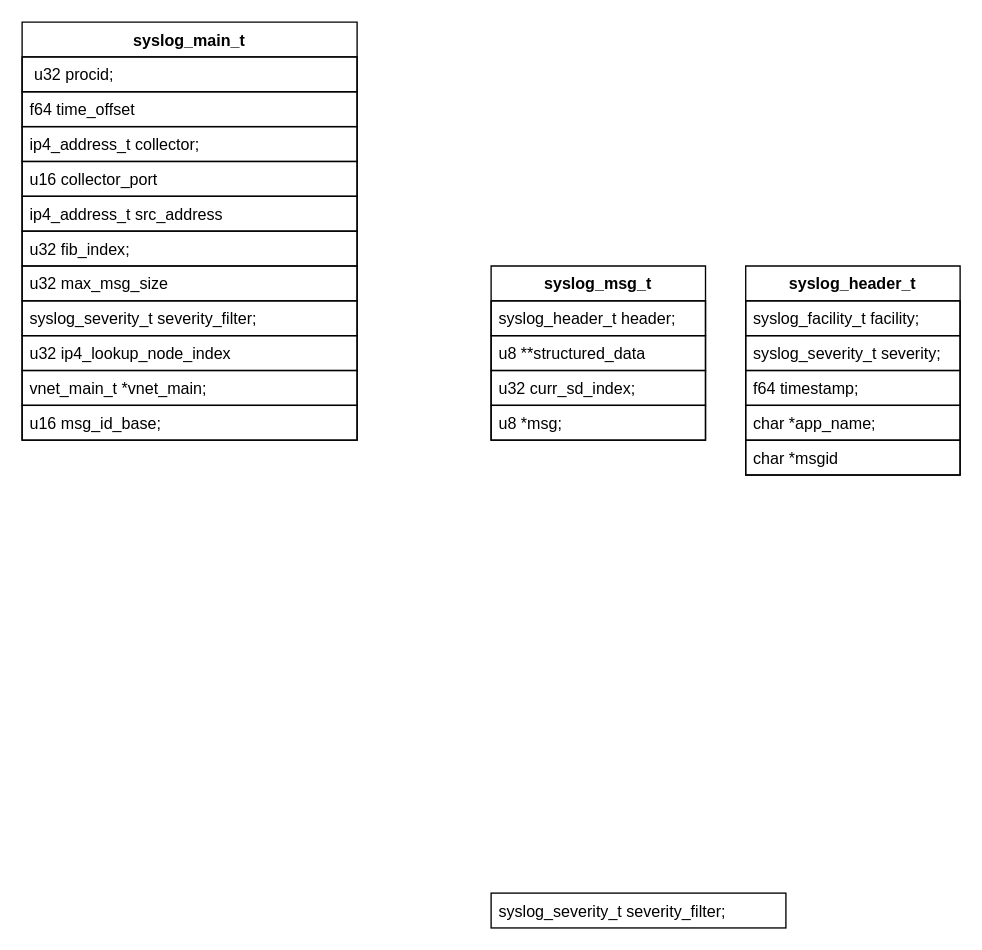
jin13417/dpdk-vpp-learning keeps this draw.io diagram as new_map/syslog.drawio. Above is the earlier version. Source tidied: cells renumbered, new cells numbered last; positions are measured from the earlier drawing's top-left corner, leaving out a move shared by most shapes. Both pictures are drawn from the tidied source at 134%, with x=0, y=0 at pixel (21, 21).
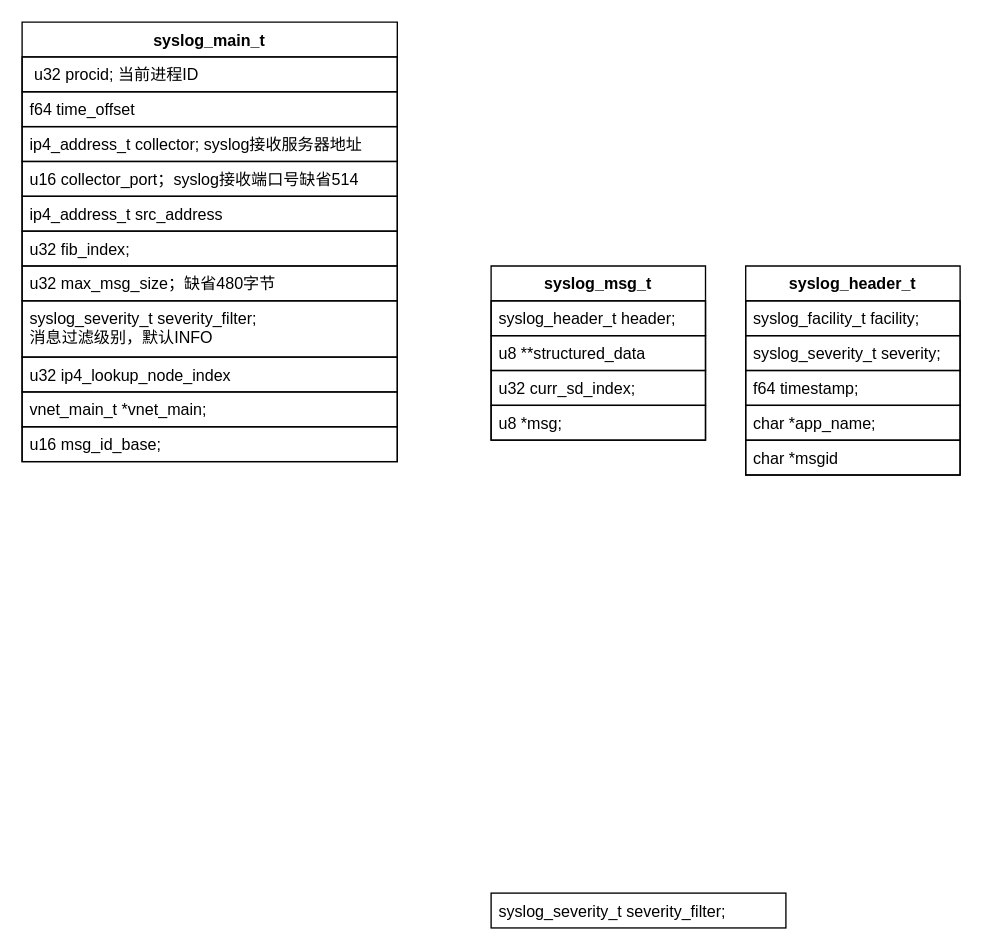
After the change.

Diff of the diagram source:
```diff
@@
     <mxCell id="2" value="syslog_main_t" style="swimlane;fontStyle=1;align=center;verticalAlign=top;horizontal=1;startSize=26;strokeColor=default;" parent="1" vertex="1">
-      <mxGeometry width="250" height="312" as="geometry" />
+      <mxGeometry width="280" height="328" as="geometry" />
     </mxCell>
-    <mxCell id="3" value=" u32 procid;" style="text;strokeColor=default;fillColor=none;align=left;verticalAlign=top;spacingLeft=4;spacingRight=4;overflow=hidden;" parent="2" vertex="1">
-      <mxGeometry y="26" width="250" height="26" as="geometry" />
+    <mxCell id="3" value=" u32 procid; 当前进程ID" style="text;strokeColor=default;fillColor=none;align=left;verticalAlign=top;spacingLeft=4;spacingRight=4;overflow=hidden;" parent="2" vertex="1">
+      <mxGeometry y="26" width="280" height="26" as="geometry" />
     </mxCell>
     <mxCell id="4" value="f64 time_offset" style="text;strokeColor=default;fillColor=none;align=left;verticalAlign=top;spacingLeft=4;spacingRight=4;overflow=hidden;" parent="2" vertex="1">
-      <mxGeometry y="52" width="250" height="26" as="geometry" />
+      <mxGeometry y="52" width="280" height="26" as="geometry" />
     </mxCell>
-    <mxCell id="5" value="ip4_address_t collector;" style="text;strokeColor=default;fillColor=none;align=left;verticalAlign=top;spacingLeft=4;spacingRight=4;overflow=hidden;" parent="2" vertex="1">
-      <mxGeometry y="78" width="250" height="26" as="geometry" />
+    <mxCell id="5" value="ip4_address_t collector; syslog接收服务器地址" style="text;strokeColor=default;fillColor=none;align=left;verticalAlign=top;spacingLeft=4;spacingRight=4;overflow=hidden;" parent="2" vertex="1">
+      <mxGeometry y="78" width="280" height="26" as="geometry" />
     </mxCell>
-    <mxCell id="6" value="u16 collector_port" style="text;strokeColor=default;fillColor=none;align=left;verticalAlign=top;spacingLeft=4;spacingRight=4;overflow=hidden;" parent="2" vertex="1">
-      <mxGeometry y="104" width="250" height="26" as="geometry" />
+    <mxCell id="6" value="u16 collector_port；syslog接收端口号缺省514" style="text;strokeColor=default;fillColor=none;align=left;verticalAlign=top;spacingLeft=4;spacingRight=4;overflow=hidden;" parent="2" vertex="1">
+      <mxGeometry y="104" width="280" height="26" as="geometry" />
     </mxCell>
     <mxCell id="7" value="ip4_address_t src_address" style="text;strokeColor=default;fillColor=none;align=left;verticalAlign=top;spacingLeft=4;spacingRight=4;overflow=hidden;" parent="2" vertex="1">
-      <mxGeometry y="130" width="250" height="26" as="geometry" />
+      <mxGeometry y="130" width="280" height="26" as="geometry" />
     </mxCell>
     <mxCell id="8" value="u32 fib_index;" style="text;strokeColor=default;fillColor=none;align=left;verticalAlign=top;spacingLeft=4;spacingRight=4;overflow=hidden;" parent="2" vertex="1">
-      <mxGeometry y="156" width="250" height="26" as="geometry" />
+      <mxGeometry y="156" width="280" height="26" as="geometry" />
     </mxCell>
-    <mxCell id="9" value="u32 max_msg_size" style="text;strokeColor=default;fillColor=none;align=left;verticalAlign=top;spacingLeft=4;spacingRight=4;overflow=hidden;" parent="2" vertex="1">
-      <mxGeometry y="182" width="250" height="26" as="geometry" />
+    <mxCell id="9" value="u32 max_msg_size；缺省480字节" style="text;strokeColor=default;fillColor=none;align=left;verticalAlign=top;spacingLeft=4;spacingRight=4;overflow=hidden;" parent="2" vertex="1">
+      <mxGeometry y="182" width="280" height="26" as="geometry" />
     </mxCell>
-    <mxCell id="10" value="syslog_severity_t severity_filter;" style="text;strokeColor=default;fillColor=none;align=left;verticalAlign=top;spacingLeft=4;spacingRight=4;overflow=hidden;" parent="2" vertex="1">
-      <mxGeometry y="208" width="250" height="26" as="geometry" />
+    <mxCell id="10" value="syslog_severity_t severity_filter; &#10;消息过滤级别，默认INFO" style="text;strokeColor=default;fillColor=none;align=left;verticalAlign=top;spacingLeft=4;spacingRight=4;overflow=hidden;" parent="2" vertex="1">
+      <mxGeometry y="208" width="280" height="42" as="geometry" />
     </mxCell>
     <mxCell id="11" value="u32 ip4_lookup_node_index" style="text;strokeColor=default;fillColor=none;align=left;verticalAlign=top;spacingLeft=4;spacingRight=4;overflow=hidden;" parent="2" vertex="1">
-      <mxGeometry y="234" width="250" height="26" as="geometry" />
+      <mxGeometry y="250" width="280" height="26" as="geometry" />
     </mxCell>
     <mxCell id="12" value="vnet_main_t *vnet_main;" style="text;strokeColor=default;fillColor=none;align=left;verticalAlign=top;spacingLeft=4;spacingRight=4;overflow=hidden;" parent="2" vertex="1">
-      <mxGeometry y="260" width="250" height="26" as="geometry" />
+      <mxGeometry y="276" width="280" height="26" as="geometry" />
     </mxCell>
     <mxCell id="13" value="u16 msg_id_base;" style="text;strokeColor=default;fillColor=none;align=left;verticalAlign=top;spacingLeft=4;spacingRight=4;overflow=hidden;" parent="2" vertex="1">
-      <mxGeometry y="286" width="250" height="26" as="geometry" />
+      <mxGeometry y="302" width="280" height="26" as="geometry" />
     </mxCell>
```
